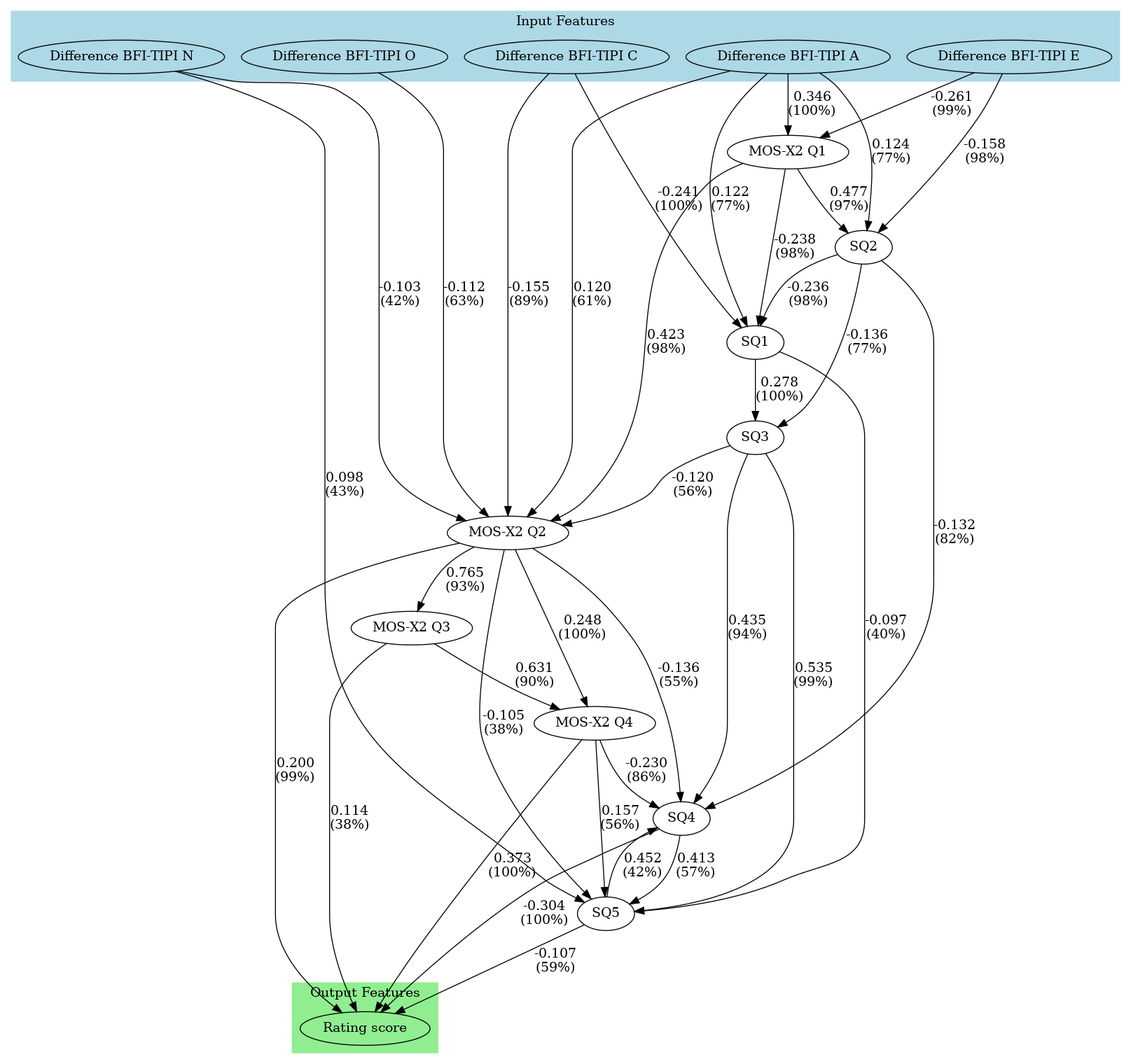
The Graphviz diagram Experiment3/Workspace/Models/causal_outputs/figures/causal_graphs/lingam_causal_model_robust.png in hiimmuc/Hetero-GNN-CausalDiscovery, before a commit. Its source is kept beside it as Experiment3/Workspace/Models/causal_outputs/figures/causal_graphs/lingam_causal_model_robust.dot.
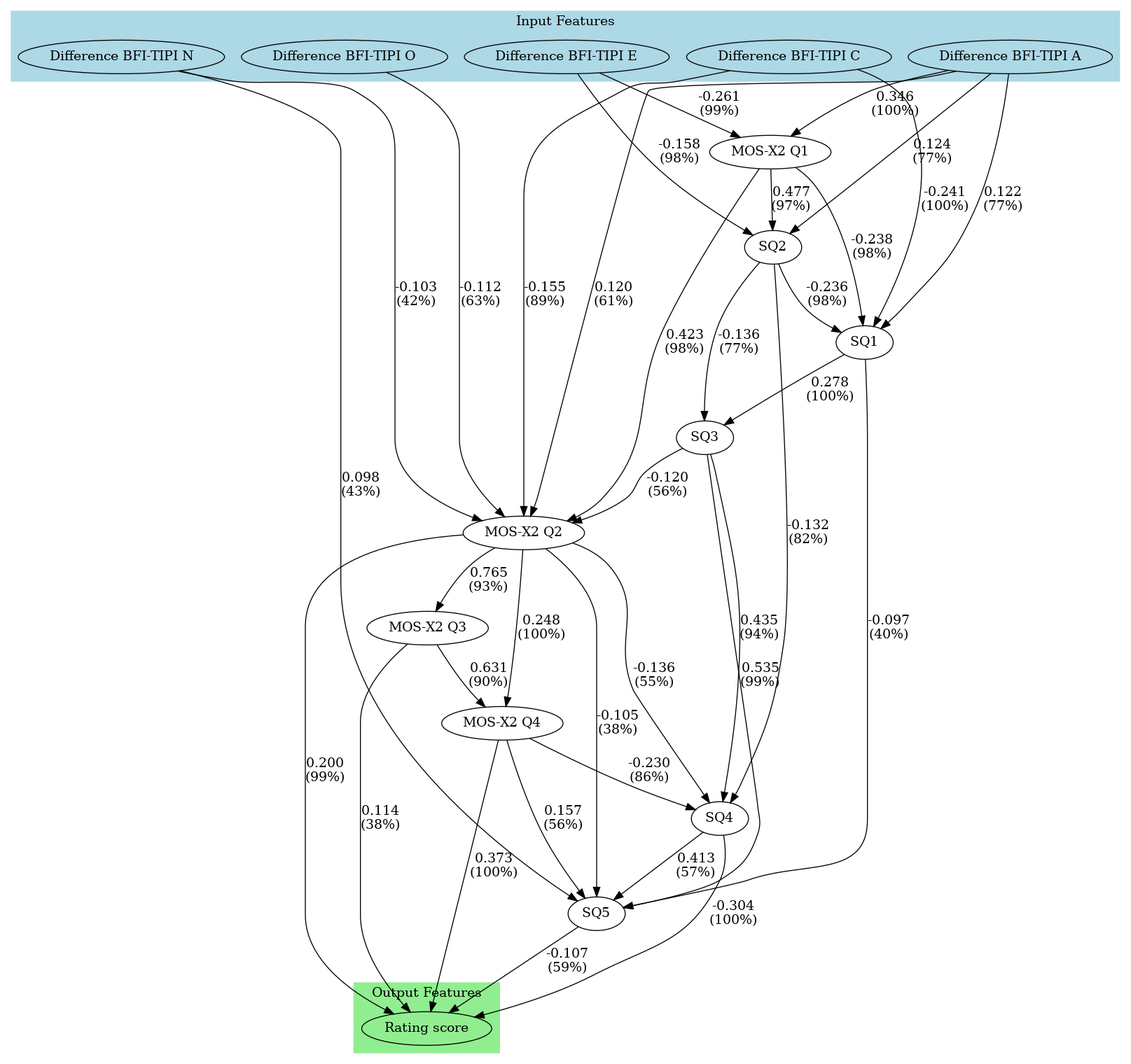
Above is the later version.

What changed in the source:
```diff
@@ -40,7 +40,6 @@
 	"MOS-X2 Q4" -> SQ4 [label="-0.230\n(86%)" fontsize=14]
 	SQ2 -> SQ4 [label="-0.132\n(82%)" fontsize=14]
 	SQ3 -> SQ4 [label="0.435\n(94%)" fontsize=14]
-	SQ5 -> SQ4 [label="0.452\n(42%)" fontsize=14]
 	"Difference BFI-TIPI N" -> SQ5 [label="0.098\n(43%)" fontsize=14]
 	"MOS-X2 Q2" -> SQ5 [label="-0.105\n(38%)" fontsize=14]
 	"MOS-X2 Q4" -> SQ5 [label="0.157\n(56%)" fontsize=14]
```
